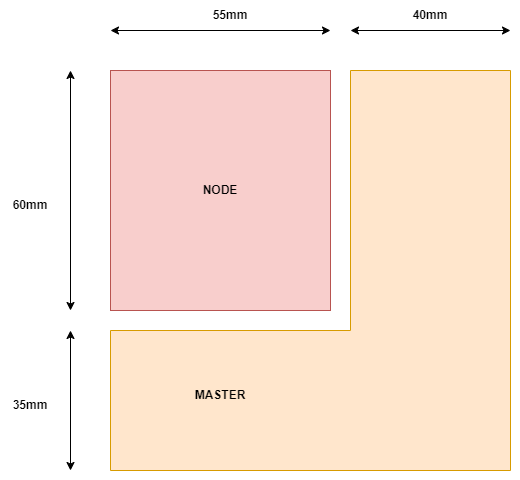
Earlier version of the draw.io export Image/Sơ đồ khối/kích thước mạch.png (tuanthanhhh/Weather_Monitoring_Station_System). Source tidied: cells renumbered, new cells last; positions are measured from the earlier drawing's top-left corner, leaving out a move shared by most shapes.
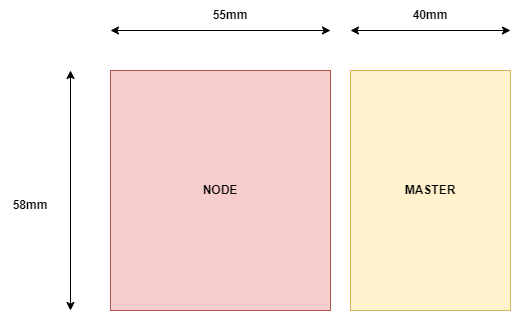
After the commit.

Diff of the diagram source:
```diff
@@ -14,15 +14,12 @@
         <mxPoint x="70" y="70" as="targetPoint" />
       </mxGeometry>
     </mxCell>
-    <mxCell id="4" value="&lt;b&gt;60mm&lt;/b&gt;" style="text;html=1;align=center;verticalAlign=middle;whiteSpace=wrap;rounded=0;" parent="1" vertex="1">
+    <mxCell id="4" value="&lt;b&gt;58mm&lt;/b&gt;" style="text;html=1;align=center;verticalAlign=middle;whiteSpace=wrap;rounded=0;" parent="1" vertex="1">
       <mxGeometry y="190" width="60" height="30" as="geometry" />
     </mxCell>
     <mxCell id="5" value="&lt;b&gt;55mm&lt;/b&gt;" style="text;html=1;align=center;verticalAlign=middle;whiteSpace=wrap;rounded=0;" parent="1" vertex="1">
       <mxGeometry x="200" width="60" height="30" as="geometry" />
     </mxCell>
-    <mxCell id="6" style="shape=corner;whiteSpace=wrap;html=1;rotation=-180;dx=160;dy=140;fillColor=#ffe6cc;strokeColor=#d79b00;" parent="1" vertex="1">
-      <mxGeometry x="110" y="70" width="400" height="400" as="geometry" />
-    </mxCell>
     <mxCell id="7" value="&lt;b&gt;NODE&lt;/b&gt;" style="rounded=0;whiteSpace=wrap;html=1;fillColor=#f8cecc;strokeColor=#b85450;" parent="1" vertex="1">
       <mxGeometry x="110" y="70" width="220" height="240" as="geometry" />
     </mxCell>
@@ -32,20 +29,11 @@
         <mxPoint x="510" y="30" as="targetPoint" />
       </mxGeometry>
     </mxCell>
-    <mxCell id="9" style="endArrow=classic;startArrow=classic;html=1;rounded=0;" parent="1" edge="1">
-      <mxGeometry relative="1" as="geometry">
-        <mxPoint x="70" y="470" as="sourcePoint" />
-        <mxPoint x="70" y="330" as="targetPoint" />
-      </mxGeometry>
-    </mxCell>
-    <mxCell id="10" value="&lt;b&gt;35mm&lt;/b&gt;" style="text;html=1;align=center;verticalAlign=middle;whiteSpace=wrap;rounded=0;" parent="1" vertex="1">
-      <mxGeometry y="390" width="60" height="30" as="geometry" />
-    </mxCell>
     <mxCell id="11" value="&lt;b&gt;40mm&lt;/b&gt;" style="text;html=1;align=center;verticalAlign=middle;whiteSpace=wrap;rounded=0;" parent="1" vertex="1">
       <mxGeometry x="400" width="60" height="30" as="geometry" />
     </mxCell>
-    <mxCell id="12" value="&lt;b&gt;MASTER&lt;/b&gt;" style="text;html=1;align=center;verticalAlign=middle;whiteSpace=wrap;rounded=0;" parent="1" vertex="1">
-      <mxGeometry x="190" y="380" width="60" height="30" as="geometry" />
+    <mxCell id="12" value="&lt;b&gt;MASTER&lt;/b&gt;" style="rounded=0;whiteSpace=wrap;html=1;fillColor=#fff2cc;strokeColor=#d6b656;" parent="1" vertex="1">
+      <mxGeometry x="350" y="70" width="160" height="240" as="geometry" />
     </mxCell>
   </root>
 </mxGraphModel>
```
